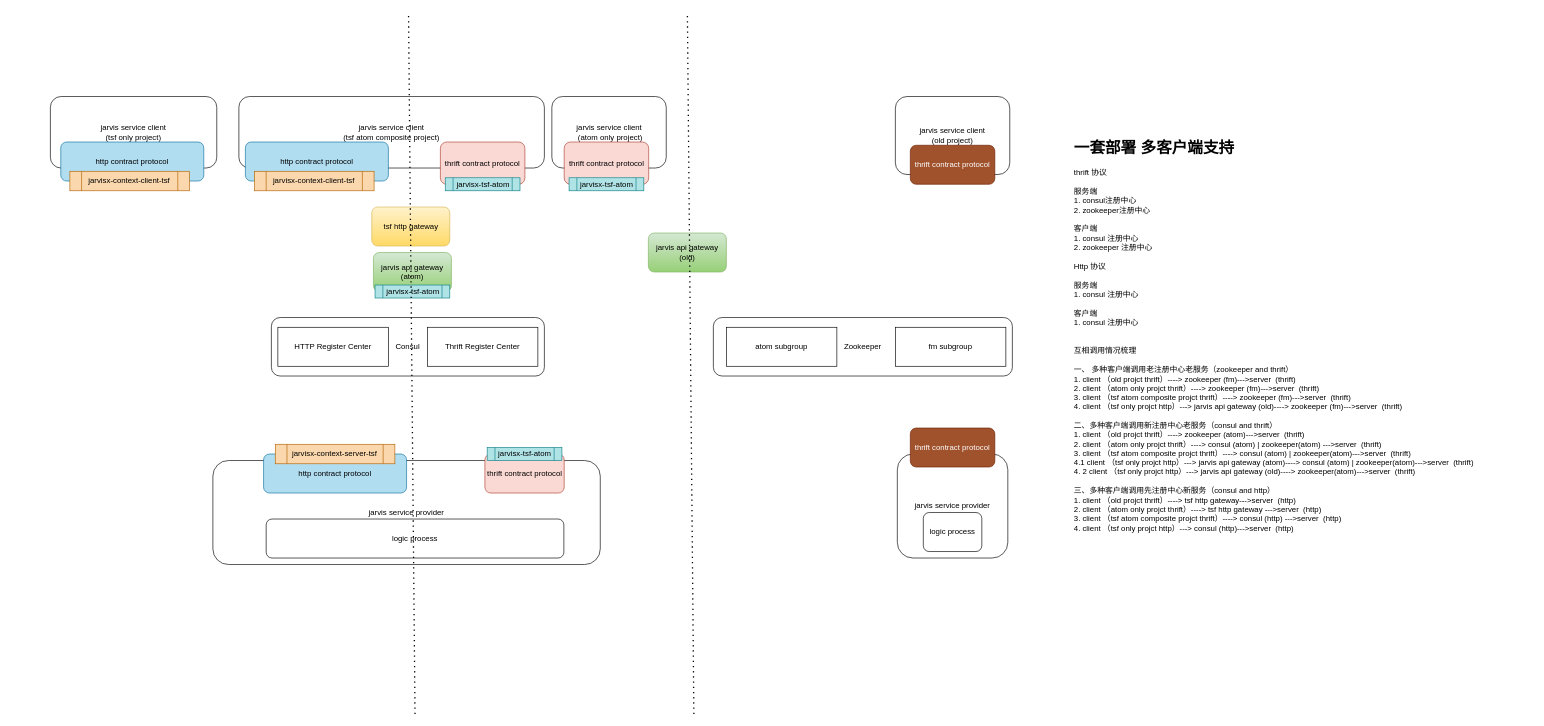
Above: JarvisX TSF.drawio in 1247691206/JavaArchitect (draw.io), before the change. Source tidied: cells renumbered, new cells numbered last; positions are measured from the earlier drawing's top-left corner, leaving out a move shared by most shapes. Both pictures are drawn from the tidied source at 65%, with x=0, y=0 at pixel (50, 12).
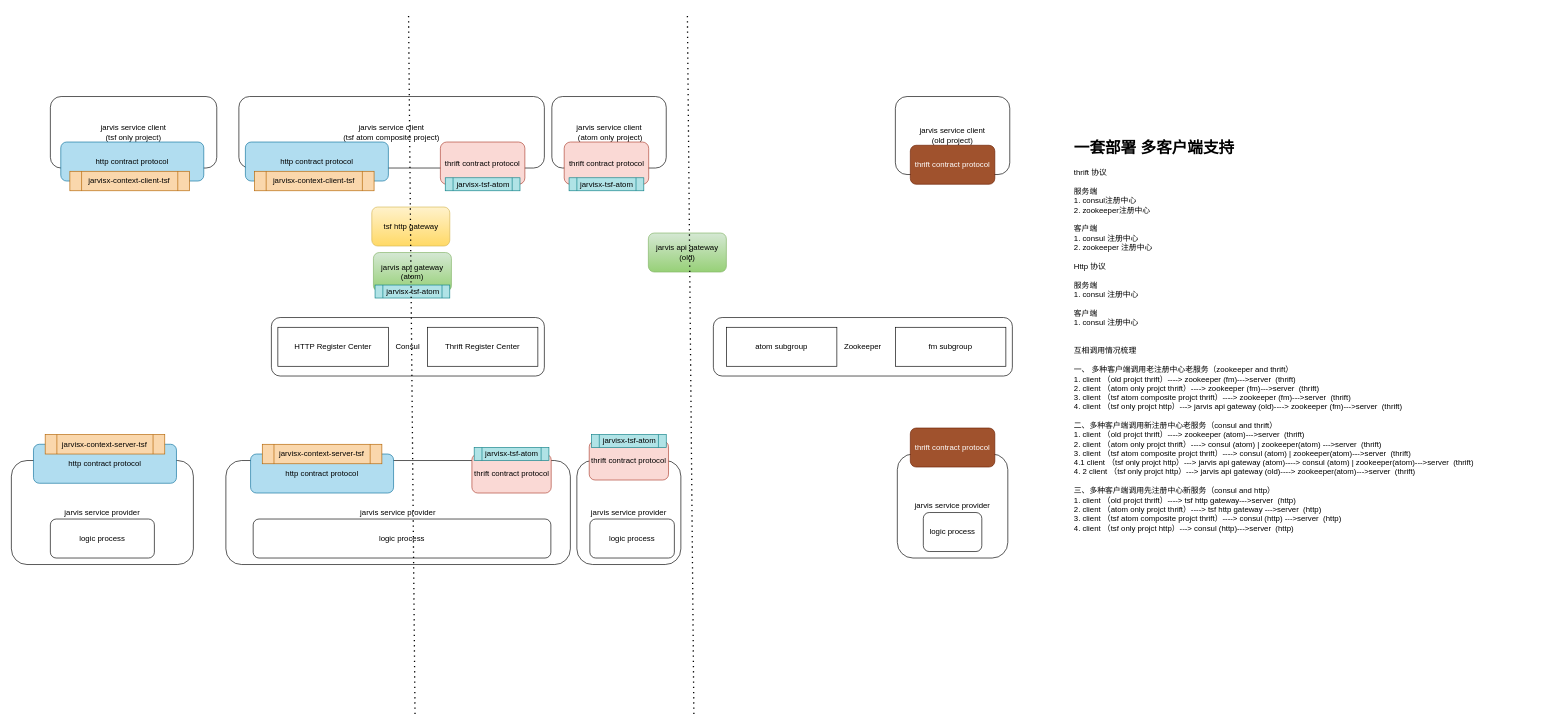
The same page after the edit.

The edit, as a diff of the source:
```diff
@@
     <mxCell id="2" value="jarvis service provider" style="rounded=1;whiteSpace=wrap;html=1;" parent="1" vertex="1">
-      <mxGeometry x="250" y="690" width="596" height="160" as="geometry" />
+      <mxGeometry x="270" y="690" width="530" height="160" as="geometry" />
     </mxCell>
@@
     <mxCell id="5" value="logic process" style="rounded=1;whiteSpace=wrap;html=1;" parent="1" vertex="1">
-      <mxGeometry x="332" y="780" width="458" height="60" as="geometry" />
+      <mxGeometry x="312" y="780" width="458" height="60" as="geometry" />
     </mxCell>
@@
     <mxCell id="9" value="thrift contract protocol" style="rounded=1;whiteSpace=wrap;html=1;fillColor=#fad9d5;strokeColor=#ae4132;" parent="1" vertex="1">
-      <mxGeometry x="668.5" y="680" width="122" height="60" as="geometry" />
+      <mxGeometry x="648.5" y="680" width="122" height="60" as="geometry" />
     </mxCell>
     <mxCell id="10" value="jarvisx-tsf-atom" style="shape=process;whiteSpace=wrap;html=1;backgroundOutline=1;fillColor=#b0e3e6;strokeColor=#0e8088;" parent="1" vertex="1">
-      <mxGeometry x="672" y="670" width="115" height="20" as="geometry" />
+      <mxGeometry x="652" y="670" width="115" height="20" as="geometry" />
     </mxCell>
@@
     <mxCell id="22" value="http contract protocol" style="rounded=1;whiteSpace=wrap;html=1;fillColor=#b1ddf0;strokeColor=#10739e;" parent="1" vertex="1">
-      <mxGeometry x="328" y="680" width="220" height="60" as="geometry" />
+      <mxGeometry x="308" y="680" width="220" height="60" as="geometry" />
     </mxCell>
     <mxCell id="23" value="jarvisx-context-server-tsf" style="shape=process;whiteSpace=wrap;html=1;backgroundOutline=1;fillColor=#fad7ac;strokeColor=#b46504;" parent="1" vertex="1">
-      <mxGeometry x="346" y="665" width="184" height="30" as="geometry" />
+      <mxGeometry x="326" y="665" width="184" height="30" as="geometry" />
     </mxCell>
@@
+    <mxCell id="37" value="jarvis service provider" style="rounded=1;whiteSpace=wrap;html=1;" parent="1" vertex="1">
+      <mxGeometry x="-60" y="690" width="280" height="160" as="geometry" />
+    </mxCell>
+    <mxCell id="38" value="logic process" style="rounded=1;whiteSpace=wrap;html=1;" parent="1" vertex="1">
+      <mxGeometry y="780" width="160" height="60" as="geometry" />
+    </mxCell>
+    <mxCell id="39" value="http contract protocol" style="rounded=1;whiteSpace=wrap;html=1;fillColor=#b1ddf0;strokeColor=#10739e;" parent="1" vertex="1">
+      <mxGeometry x="-26" y="665" width="220" height="60" as="geometry" />
+    </mxCell>
+    <mxCell id="40" value="jarvisx-context-server-tsf" style="shape=process;whiteSpace=wrap;html=1;backgroundOutline=1;fillColor=#fad7ac;strokeColor=#b46504;" parent="1" vertex="1">
+      <mxGeometry x="-8" y="650" width="184" height="30" as="geometry" />
+    </mxCell>
+    <mxCell id="41" value="jarvis service provider" style="rounded=1;whiteSpace=wrap;html=1;" parent="1" vertex="1">
+      <mxGeometry x="810" y="690" width="160" height="160" as="geometry" />
+    </mxCell>
+    <mxCell id="42" value="logic process" style="rounded=1;whiteSpace=wrap;html=1;" parent="1" vertex="1">
+      <mxGeometry x="830" y="780" width="130" height="60" as="geometry" />
+    </mxCell>
+    <mxCell id="43" value="thrift contract protocol" style="rounded=1;whiteSpace=wrap;html=1;fillColor=#fad9d5;strokeColor=#ae4132;" parent="1" vertex="1">
+      <mxGeometry x="829" y="660" width="122" height="60" as="geometry" />
+    </mxCell>
+    <mxCell id="44" value="jarvisx-tsf-atom" style="shape=process;whiteSpace=wrap;html=1;backgroundOutline=1;fillColor=#b0e3e6;strokeColor=#0e8088;" parent="1" vertex="1">
+      <mxGeometry x="832.5" y="650" width="115" height="20" as="geometry" />
+    </mxCell>
```
